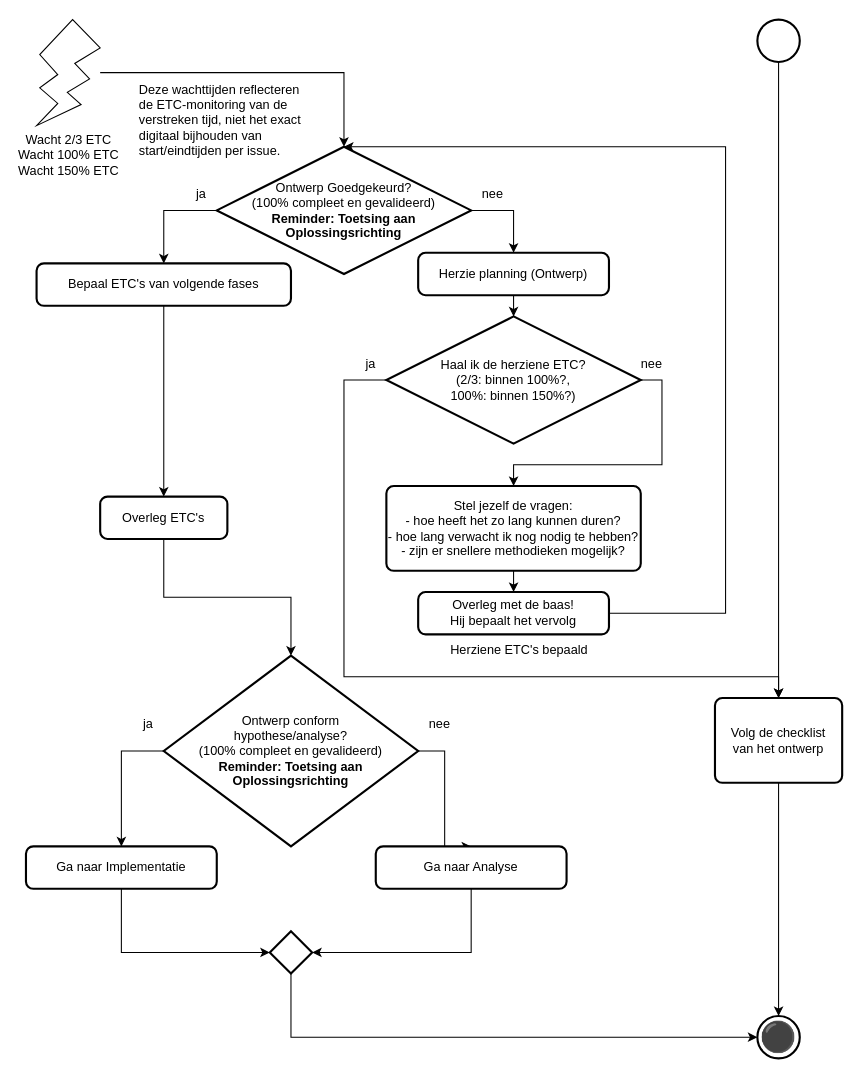
This is 3 Issue Tracker ontwerp.drawio from Zaibatsu89/IssueTracker, a draw.io file, before an edit. Source tidied: cells renumbered, new cells numbered last; positions are measured from the earlier drawing's top-left corner, leaving out a move shared by most shapes. Both pictures are drawn from the tidied source at 106%, with x=0, y=0 at pixel (25, 19).
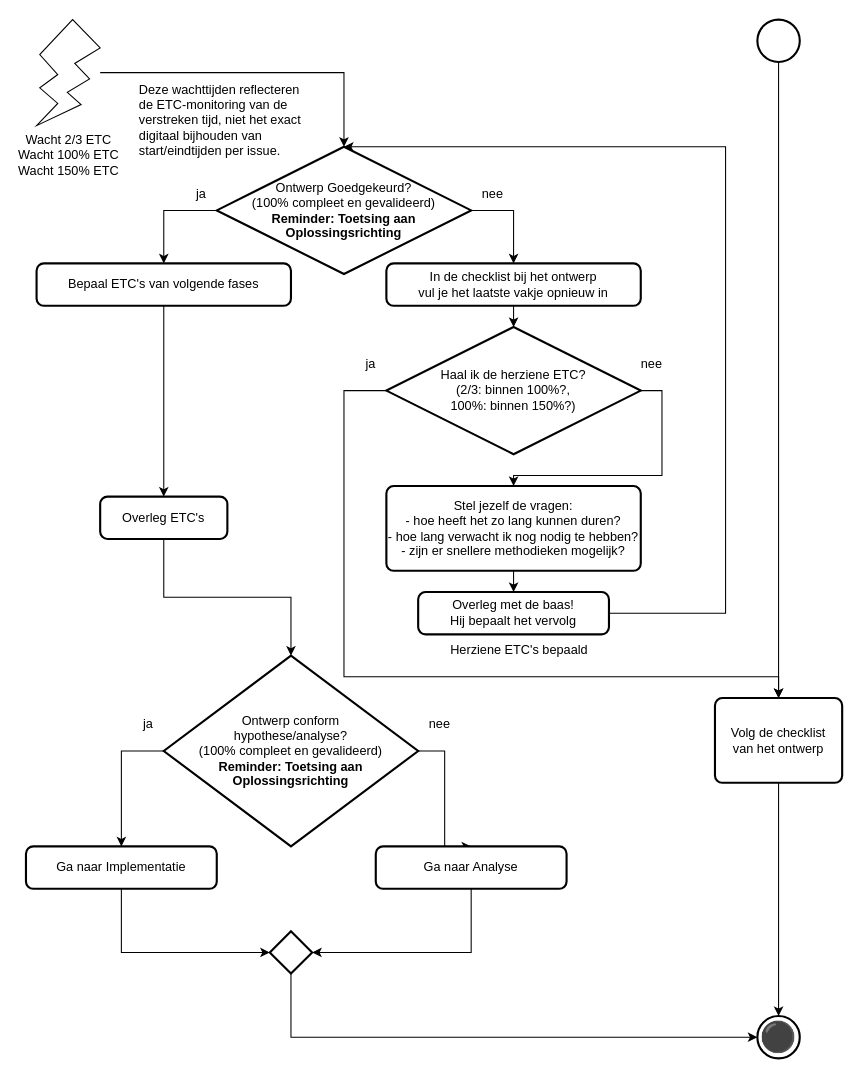
Above is the later version.

Commit message (it also covers changes not shown here):
"Vul vakjes van analyse in checklist opnieuw in" in analyse flowchart, i.p.v. "Herzie planning"

Diff of the diagram source:
```diff
@@
-    <mxCell id="23" value="Herzie planning (Ontwerp)" style="rounded=1;whiteSpace=wrap;html=1;absoluteArcSize=1;arcSize=14;strokeWidth=2;" parent="1" vertex="1">
-      <mxGeometry x="370" y="220" width="180" height="40" as="geometry" />
+    <mxCell id="23" value="In de checklist bij het ontwerp&lt;br&gt;vul je het laatste vakje opnieuw in" style="rounded=1;whiteSpace=wrap;html=1;absoluteArcSize=1;arcSize=14;strokeWidth=2;" parent="1" vertex="1">
+      <mxGeometry x="340" y="230" width="240" height="40" as="geometry" />
     </mxCell>
@@
     <mxCell id="38" style="edgeStyle=orthogonalEdgeStyle;rounded=0;jettySize=auto;html=1;exitX=0;exitY=0.5;exitDx=0;exitDy=0;exitPerimeter=0;" parent="1" edge="1" source="39">
       <mxGeometry relative="1" as="geometry">
         <mxPoint x="710" y="640" as="targetPoint" />
         <Array as="points">
-          <mxPoint x="300" y="340" />
+          <mxPoint x="300" y="350" />
           <mxPoint x="300" y="620" />
           <mxPoint x="710" y="620" />
         </Array>
       </mxGeometry>
     </mxCell>
     <mxCell id="39" value="Haal ik de herziene ETC?&lt;br&gt;(2/3: binnen 100%?,&lt;br&gt;100%: binnen 150%?)" style="strokeWidth=2;html=1;shape=mxgraph.flowchart.decision;whiteSpace=wrap;" parent="1" vertex="1">
-      <mxGeometry x="340" y="280" width="240" height="120" as="geometry" />
+      <mxGeometry x="340" y="290" width="240" height="120" as="geometry" />
     </mxCell>
```
